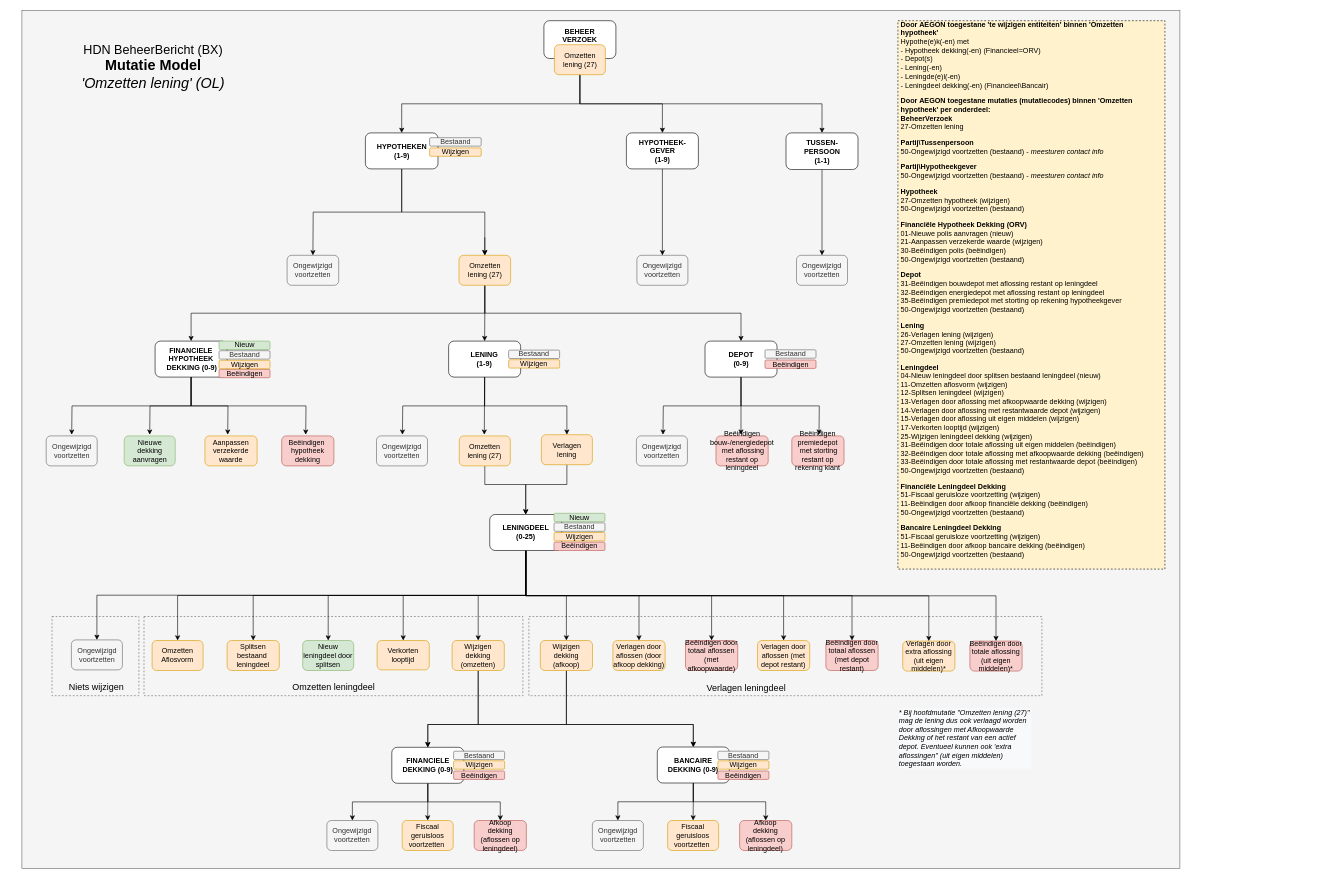
Above: page "MutatieModel OL" (3 of 4) of HDN_BX_MM_OmzettenLening.drawio in luchthandel/diagrams (draw.io), before the change. Source tidied: cells renumbered, new cells numbered last; positions are measured from the earlier drawing's top-left corner, leaving out a move shared by most shapes. Both pictures are drawn from the tidied source at 60%, with x=0, y=0 at pixel (22, 10).
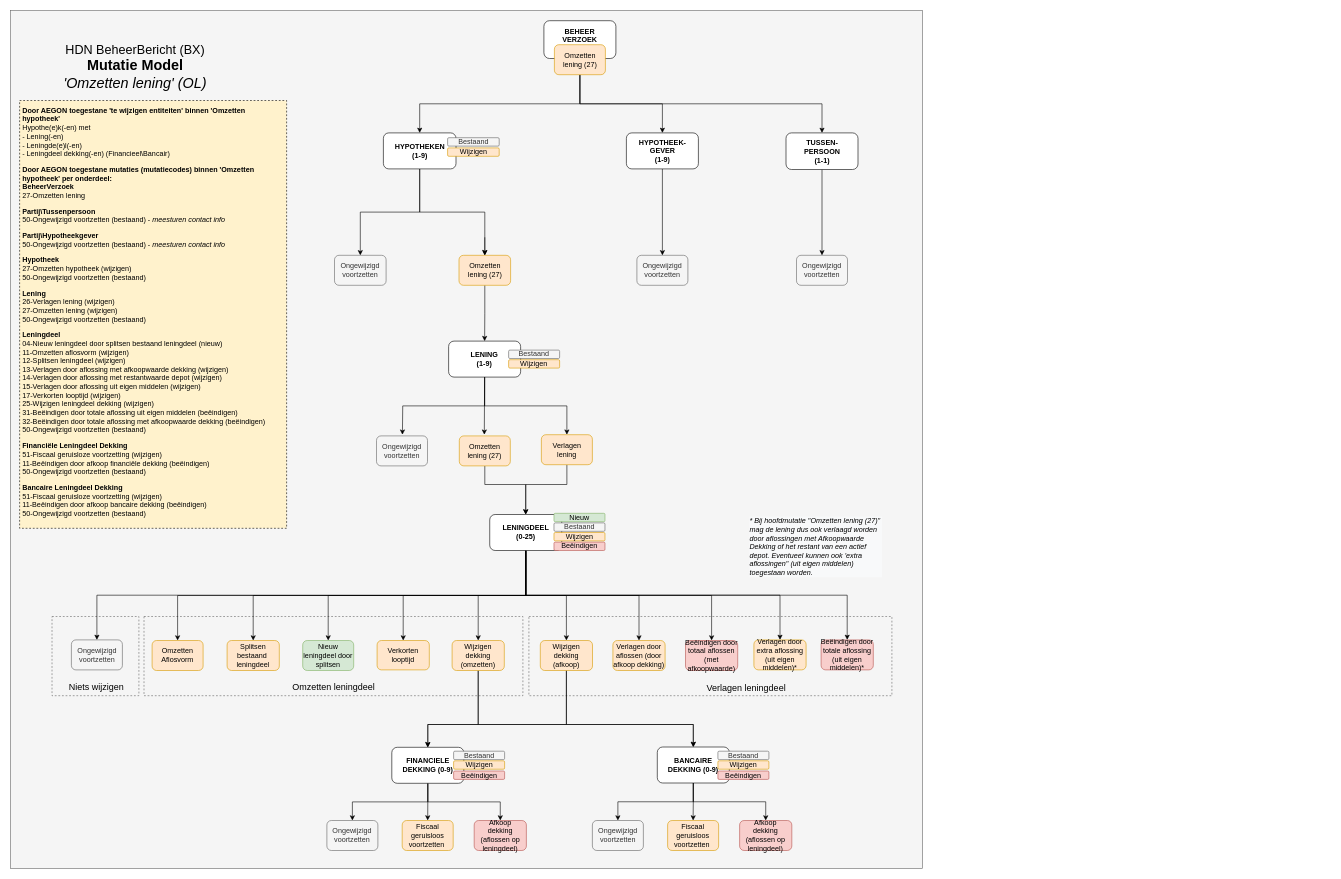
After the change.

Unchanged cells that the change refers to:
```xml
<mxCell id="51" value="LENINGDEEL&lt;br&gt;(0-25)" style="rounded=1;whiteSpace=wrap;html=1;fontStyle=1;" parent="1" vertex="1">
  <mxGeometry x="779.7" y="840" width="120" height="60" as="geometry" />
</mxCell>
<mxCell id="100" value="&lt;span style=&quot;font-weight: 400&quot;&gt;Omzetten lening (27)&lt;/span&gt;" style="rounded=1;whiteSpace=wrap;html=1;fontStyle=1;fillColor=#ffe6cc;strokeColor=#d79b00;" parent="1" vertex="1">
  <mxGeometry x="728.5" y="408" width="86" height="50" as="geometry" />
</mxCell>
```

Diff of the diagram source:
```diff
@@
     <mxCell id="2" style="rounded=0;whiteSpace=wrap;html=1;fillColor=#f5f5f5;strokeColor=#666666;fontColor=#333333;labelBackgroundColor=none;" parent="1" vertex="1">
-      <mxGeometry width="1930" height="1430" as="geometry" />
+      <mxGeometry x="-19" width="1520" height="1430" as="geometry" />
     </mxCell>
+    <mxCell id="118" value="&lt;p style=&quot;font-size: 12px&quot;&gt;&lt;b&gt;Door AEGON toegestane 'te wijzigen entiteiten' binnen 'Omzetten hypotheek'&lt;br&gt;&lt;/b&gt;Hypothe(e)k(-en) met&lt;br&gt;- Lening(-en)&lt;br&gt;- Leningde(e)l(-en)&lt;br&gt;- Leningdeel dekking(-en) (Financieel\Bancair)&lt;/p&gt;&lt;p style=&quot;font-size: 12px&quot;&gt;&lt;b&gt;Door AEGON toegestane mutaties (mutatiecodes) binnen 'Omzetten hypotheek' per onderdeel:&lt;br&gt;&lt;/b&gt;&lt;b&gt;BeheerVerzoek&lt;br&gt;&lt;/b&gt;27-Omzetten lening&lt;/p&gt;&lt;p style=&quot;font-size: 12px&quot;&gt;&lt;b&gt;Partij\Tussenpersoon&lt;br&gt;&lt;/b&gt;50-Ongewijzigd voortzetten (bestaand) - &lt;i&gt;meesturen contact info&lt;/i&gt;&lt;/p&gt;&lt;p style=&quot;font-size: 12px&quot;&gt;&lt;b&gt;Partij\Hypotheekgever&lt;br&gt;&lt;/b&gt;50-Ongewijzigd voortzetten (bestaand) - &lt;i&gt;meesturen contact info&lt;/i&gt;&lt;/p&gt;&lt;p style=&quot;font-size: 12px&quot;&gt;&lt;b&gt;Hypotheek&lt;br&gt;&lt;/b&gt;27-Omzetten hypotheek (wijzigen)&lt;br&gt;50-Ongewijzigd voortzetten (bestaand)&lt;/p&gt;&lt;p style=&quot;font-size: 12px&quot;&gt;&lt;b&gt;Lening&lt;br&gt;&lt;/b&gt;26-Verlagen lening (wijzigen)&lt;br&gt;27-Omzetten lening (wijzigen)&lt;br&gt;50-Ongewijzigd voortzetten (bestaand)&lt;/p&gt;&lt;p style=&quot;font-size: 12px&quot;&gt;&lt;b&gt;Leningdeel&lt;br&gt;&lt;/b&gt;04-Nieuw leningdeel door splitsen bestaand leningdeel (nieuw)&lt;br&gt;11-Omzetten aflosvorm (wijzigen)&lt;br&gt;12-Splitsen leningdeel (wijzigen)&lt;br&gt;13-Verlagen door aflossing met afkoopwaarde dekking (wijzigen)&lt;br&gt;14-Verlagen door aflossing met restantwaarde depot (wijzigen)&lt;br&gt;15-Verlagen door aflossing uit eigen middelen (wijzigen)&lt;br&gt;17-Verkorten looptijd (wijzigen)&lt;br&gt;25-Wijzigen leningdeel dekking (wijzigen)&amp;nbsp;&lt;br&gt;31-Beëindigen door totale aflossing uit eigen middelen (beëindigen)&lt;br&gt;32-Beëindigen door totale aflossing met afkoopwaarde dekking (beëindigen)&lt;br&gt;50-Ongewijzigd voortzetten (bestaand)&lt;/p&gt;&lt;p style=&quot;font-size: 12px&quot;&gt;&lt;b&gt;Financiële Leningdeel Dekking&lt;br&gt;&lt;/b&gt;51-Fiscaal geruisloze voortzetting (wijzigen)&lt;br&gt;11-Beëindigen door afkoop financiële dekking (beëindigen)&lt;br&gt;50-Ongewijzigd voortzetten (bestaand)&lt;/p&gt;&lt;p style=&quot;font-size: 12px&quot;&gt;&lt;b&gt;Bancaire Leningdeel Dekking&lt;br&gt;&lt;/b&gt;51-Fiscaal geruisloze voortzetting (wijzigen)&lt;br&gt;11-Beëindigen door afkoop bancaire dekking (beëindigen)&lt;br&gt;50-Ongewijzigd voortzetten (bestaand)&lt;/p&gt;&lt;p&gt;&lt;/p&gt;" style="text;html=1;fillColor=#fff2cc;spacing=5;spacingTop=-20;whiteSpace=wrap;overflow=hidden;rounded=0;align=left;fontSize=12;verticalAlign=bottom;strokeColor=#000000;dashed=1;" parent="1" vertex="1">
+      <mxGeometry x="-3.8" y="150" width="445" height="713" as="geometry" />
+    </mxCell>
@@
-    <mxCell id="5" style="edgeStyle=orthogonalEdgeStyle;rounded=0;jettySize=auto;html=1;exitX=0.5;exitY=1;exitDx=0;exitDy=0;entryX=0.5;entryY=0;entryDx=0;entryDy=0;fontSize=10;" parent="1" edge="1" source="8">
-      <mxGeometry relative="1" as="geometry">
-        <mxPoint x="1068.5" y="707" as="targetPoint" />
-      </mxGeometry>
-    </mxCell>
-    <mxCell id="6" style="edgeStyle=orthogonalEdgeStyle;rounded=0;jettySize=auto;html=1;exitX=0.5;exitY=1;exitDx=0;exitDy=0;fontSize=10;" parent="1" edge="1" source="8">
-      <mxGeometry relative="1" as="geometry">
-        <mxPoint x="1198.5" y="707" as="targetPoint" />
-      </mxGeometry>
-    </mxCell>
-    <mxCell id="7" style="edgeStyle=orthogonalEdgeStyle;rounded=0;jettySize=auto;html=1;exitX=0.5;exitY=1;exitDx=0;exitDy=0;entryX=0.5;entryY=0;entryDx=0;entryDy=0;fontSize=10;" parent="1" edge="1" source="8">
-      <mxGeometry relative="1" as="geometry">
-        <mxPoint x="1328.5" y="707" as="targetPoint" />
-      </mxGeometry>
-    </mxCell>
-    <mxCell id="8" value="DEPOT&lt;br&gt;(0-9)" style="rounded=1;whiteSpace=wrap;html=1;fontStyle=1;" parent="1" vertex="1">
-      <mxGeometry x="1138.5" y="551" width="120" height="60" as="geometry" />
-    </mxCell>
     <mxCell id="9" style="rounded=0;whiteSpace=wrap;html=1;dashed=1;strokeColor=#666666;fillColor=#f5f5f5;fontSize=10;fontColor=#333333;" parent="1" vertex="1">
-      <mxGeometry x="845" y="1010" width="855" height="132" as="geometry" />
+      <mxGeometry x="845" y="1010" width="605" height="132" as="geometry" />
     </mxCell>
@@
-    <mxCell id="13" style="edgeStyle=orthogonalEdgeStyle;rounded=0;jettySize=auto;html=1;exitX=0.5;exitY=1;exitDx=0;exitDy=0;fontSize=15;labelBackgroundColor=none;entryX=0.5;entryY=0;entryDx=0;entryDy=0;" parent="1" edge="1" source="22">
-      <mxGeometry relative="1" as="geometry">
-        <mxPoint x="83" y="707" as="targetPoint" />
-      </mxGeometry>
-    </mxCell>
@@
-    <mxCell id="17" style="edgeStyle=orthogonalEdgeStyle;rounded=0;jettySize=auto;html=1;exitX=0.5;exitY=1;exitDx=0;exitDy=0;entryX=0.5;entryY=0;entryDx=0;entryDy=0;fontSize=15;labelBackgroundColor=none;" parent="1" edge="1" source="18">
-      <mxGeometry relative="1" as="geometry">
-        <mxPoint x="485" y="408" as="targetPoint" />
-      </mxGeometry>
+    <mxCell id="17" style="edgeStyle=orthogonalEdgeStyle;rounded=0;jettySize=auto;html=1;exitX=0.5;exitY=1;exitDx=0;exitDy=0;entryX=0.5;entryY=0;entryDx=0;entryDy=0;fontSize=15;labelBackgroundColor=none;" parent="1" edge="1" source="18" target="102">
+      <mxGeometry relative="1" as="geometry" />
     </mxCell>
     <mxCell id="18" value="HYPOTHEKEN&lt;br&gt;(1-9)" style="rounded=1;whiteSpace=wrap;html=1;fontStyle=1;" parent="1" vertex="1">
-      <mxGeometry x="572.5" y="204" width="121" height="60" as="geometry" />
+      <mxGeometry x="602.5" y="204" width="121" height="60" as="geometry" />
     </mxCell>
-    <mxCell id="19" style="edgeStyle=orthogonalEdgeStyle;rounded=0;jettySize=auto;html=1;exitX=0.5;exitY=1;exitDx=0;exitDy=0;entryX=0.5;entryY=0;entryDx=0;entryDy=0;fontSize=10;" parent="1" edge="1" source="22">
-      <mxGeometry relative="1" as="geometry">
-        <mxPoint x="473" y="707" as="targetPoint" />
-      </mxGeometry>
-    </mxCell>
-    <mxCell id="20" style="edgeStyle=orthogonalEdgeStyle;rounded=0;jettySize=auto;html=1;exitX=0.5;exitY=1;exitDx=0;exitDy=0;entryX=0.5;entryY=0;entryDx=0;entryDy=0;fontSize=10;" parent="1" edge="1" source="22">
-      <mxGeometry relative="1" as="geometry">
-        <mxPoint x="343" y="707" as="targetPoint" />
-      </mxGeometry>
-    </mxCell>
-    <mxCell id="21" style="edgeStyle=orthogonalEdgeStyle;rounded=0;jettySize=auto;html=1;exitX=0.5;exitY=1;exitDx=0;exitDy=0;entryX=0.5;entryY=0;entryDx=0;entryDy=0;fontSize=10;" parent="1" edge="1" source="22">
-      <mxGeometry relative="1" as="geometry">
-        <mxPoint x="213" y="707" as="targetPoint" />
-      </mxGeometry>
-    </mxCell>
-    <mxCell id="22" value="FINANCIELE&lt;br&gt;HYPOTHEEK&lt;br&gt;&amp;nbsp;DEKKING (0-9)" style="rounded=1;whiteSpace=wrap;html=1;fontStyle=1;" parent="1" vertex="1">
-      <mxGeometry x="222" y="551" width="120" height="60" as="geometry" />
-    </mxCell>
-    <mxCell id="23" value="&lt;span style=&quot;font-weight: 400&quot;&gt;Beëindigen&lt;/span&gt;" style="rounded=1;whiteSpace=wrap;html=1;fontStyle=1;fillColor=#f8cecc;strokeColor=#b85450;" parent="1" vertex="1">
-      <mxGeometry x="328.5" y="598" width="85" height="14" as="geometry" />
-    </mxCell>
-    <mxCell id="24" value="&lt;span style=&quot;font-weight: 400&quot;&gt;Nieuw&lt;/span&gt;" style="rounded=1;whiteSpace=wrap;html=1;fontStyle=1;fillColor=#d5e8d4;strokeColor=#82b366;" parent="1" vertex="1">
-      <mxGeometry x="328.5" y="551" width="85" height="14" as="geometry" />
-    </mxCell>
-    <mxCell id="25" value="&lt;span style=&quot;font-weight: 400&quot;&gt;Bestaand&lt;/span&gt;" style="rounded=1;whiteSpace=wrap;html=1;fontStyle=1;fillColor=#f5f5f5;strokeColor=#666666;fontColor=#333333;" parent="1" vertex="1">
-      <mxGeometry x="328.5" y="567" width="85" height="14" as="geometry" />
-    </mxCell>
-    <mxCell id="26" value="&lt;span style=&quot;font-weight: 400&quot;&gt;Wijzigen&lt;/span&gt;" style="rounded=1;whiteSpace=wrap;html=1;fontStyle=1;fillColor=#ffe6cc;strokeColor=#d79b00;" parent="1" vertex="1">
-      <mxGeometry x="328.5" y="583" width="85" height="14" as="geometry" />
-    </mxCell>
@@
-    <mxCell id="33" value="&lt;span style=&quot;font-weight: 400&quot;&gt;Beëindigen&lt;/span&gt;" style="rounded=1;whiteSpace=wrap;html=1;fontStyle=1;fillColor=#f8cecc;strokeColor=#b85450;" parent="1" vertex="1">
-      <mxGeometry x="1238.5" y="582.5" width="85" height="14" as="geometry" />
-    </mxCell>
-    <mxCell id="34" value="&lt;span style=&quot;font-weight: 400&quot;&gt;Bestaand&lt;/span&gt;" style="rounded=1;whiteSpace=wrap;html=1;fontStyle=1;fillColor=#f5f5f5;strokeColor=#666666;fontColor=#333333;" parent="1" vertex="1">
-      <mxGeometry x="1238.5" y="565.5" width="85" height="14" as="geometry" />
-    </mxCell>
     <mxCell id="35" value="&lt;span style=&quot;font-weight: 400&quot;&gt;Bestaand&lt;/span&gt;" style="rounded=1;whiteSpace=wrap;html=1;fontStyle=1;fillColor=#f5f5f5;strokeColor=#666666;fontColor=#333333;" parent="1" vertex="1">
-      <mxGeometry x="679.5" y="212" width="86" height="14" as="geometry" />
+      <mxGeometry x="709.5" y="212" width="86" height="14" as="geometry" />
     </mxCell>
     <mxCell id="36" value="&lt;span style=&quot;font-weight: 400&quot;&gt;Wijzigen&lt;/span&gt;" style="rounded=1;whiteSpace=wrap;html=1;fontStyle=1;fillColor=#ffe6cc;strokeColor=#d79b00;" parent="1" vertex="1">
-      <mxGeometry x="679.5" y="229" width="86" height="14" as="geometry" />
+      <mxGeometry x="709.5" y="229" width="86" height="14" as="geometry" />
     </mxCell>
@@
-    <mxCell id="47" style="edgeStyle=orthogonalEdgeStyle;rounded=0;jettySize=auto;html=1;exitX=0.5;exitY=1;exitDx=0;exitDy=0;entryX=0.5;entryY=0;entryDx=0;entryDy=0;" parent="1" edge="1" source="51" target="88">
-      <mxGeometry relative="1" as="geometry" />
-    </mxCell>
-    <mxCell id="48" style="edgeStyle=orthogonalEdgeStyle;rounded=0;jettySize=auto;html=1;exitX=0.5;exitY=1;exitDx=0;exitDy=0;entryX=0.5;entryY=0;entryDx=0;entryDy=0;" parent="1" edge="1" source="51" target="117">
-      <mxGeometry relative="1" as="geometry" />
-    </mxCell>
@@
-    <mxCell id="88" value="&lt;span style=&quot;font-weight: 400&quot;&gt;Verlagen door aflossen (met depot restant)&lt;/span&gt;" style="rounded=1;whiteSpace=wrap;html=1;fontStyle=1;fillColor=#ffe6cc;strokeColor=#d79b00;" parent="1" vertex="1">
-      <mxGeometry x="1226" y="1050" width="87" height="50" as="geometry" />
-    </mxCell>
@@
-    <mxCell id="90" value="&lt;span style=&quot;font-weight: 400&quot;&gt;Nieuwe dekking aanvragen&lt;/span&gt;" style="rounded=1;whiteSpace=wrap;html=1;fontStyle=1;fillColor=#d5e8d4;strokeColor=#82b366;" parent="1" vertex="1">
-      <mxGeometry x="170.5" y="709" width="85" height="50" as="geometry" />
-    </mxCell>
-    <mxCell id="91" value="&lt;span style=&quot;font-weight: 400&quot;&gt;Ongewijzigd&lt;br&gt;voortzetten&lt;/span&gt;" style="rounded=1;whiteSpace=wrap;html=1;fontStyle=1;fillColor=#f5f5f5;strokeColor=#666666;fontColor=#333333;" parent="1" vertex="1">
-      <mxGeometry x="40.5" y="709" width="85" height="50" as="geometry" />
-    </mxCell>
-    <mxCell id="92" value="&lt;span style=&quot;font-weight: 400&quot;&gt;Aanpassen verzekerde waarde&lt;/span&gt;" style="rounded=1;whiteSpace=wrap;html=1;fontStyle=1;fillColor=#ffe6cc;strokeColor=#d79b00;" parent="1" vertex="1">
-      <mxGeometry x="305" y="709" width="87" height="50" as="geometry" />
-    </mxCell>
-    <mxCell id="93" value="&lt;span style=&quot;font-weight: 400&quot;&gt;Beëindigen&lt;/span&gt;&lt;span style=&quot;font-weight: 400&quot;&gt;&amp;nbsp;&lt;br&gt;hypotheek dekking&lt;/span&gt;" style="rounded=1;whiteSpace=wrap;html=1;fontStyle=1;fillColor=#f8cecc;strokeColor=#b85450;" parent="1" vertex="1">
-      <mxGeometry x="433" y="709" width="87" height="50" as="geometry" />
-    </mxCell>
-    <mxCell id="94" value="&lt;span style=&quot;font-weight: 400&quot;&gt;Ongewijzigd&lt;br&gt;voortzetten&lt;/span&gt;" style="rounded=1;whiteSpace=wrap;html=1;fontStyle=1;fillColor=#f5f5f5;strokeColor=#666666;fontColor=#333333;" parent="1" vertex="1">
-      <mxGeometry x="1024.2" y="709" width="85" height="50" as="geometry" />
-    </mxCell>
-    <mxCell id="95" value="&lt;span style=&quot;font-weight: 400&quot;&gt;Beëindigen bouw-/energiedepot&lt;br&gt;&lt;/span&gt;&lt;span style=&quot;font-weight: 400&quot;&gt;&amp;nbsp;met aflossing restant op leningdeel&lt;br&gt;&lt;/span&gt;" style="rounded=1;whiteSpace=wrap;html=1;fontStyle=1;fillColor=#f8cecc;strokeColor=#b85450;" parent="1" vertex="1">
-      <mxGeometry x="1156.8" y="709" width="87" height="50" as="geometry" />
-    </mxCell>
-    <mxCell id="96" value="&lt;span style=&quot;font-weight: 400&quot;&gt;Beëindigen premiedepot&lt;br&gt;&lt;/span&gt;&lt;span style=&quot;font-weight: 400&quot;&gt;&amp;nbsp;met storting restant op rekening klant&lt;br&gt;&lt;/span&gt;" style="rounded=1;whiteSpace=wrap;html=1;fontStyle=1;fillColor=#f8cecc;strokeColor=#b85450;" parent="1" vertex="1">
-      <mxGeometry x="1283.2" y="709" width="87" height="50" as="geometry" />
-    </mxCell>
     <mxCell id="97" value="&lt;h1&gt;&lt;br&gt;&lt;/h1&gt;" style="text;html=1;strokeColor=none;fillColor=none;spacing=5;spacingTop=-20;whiteSpace=wrap;overflow=hidden;rounded=0;" parent="1" vertex="1">
-      <mxGeometry x="1910" y="288" width="190" height="120" as="geometry" />
+      <mxGeometry x="1991" y="341" width="190" height="120" as="geometry" />
     </mxCell>
-    <mxCell id="98" style="edgeStyle=orthogonalEdgeStyle;rounded=0;jettySize=auto;html=1;exitX=0.5;exitY=1;exitDx=0;exitDy=0;entryX=0.5;entryY=0;entryDx=0;entryDy=0;" parent="1" edge="1" source="100" target="22">
-      <mxGeometry relative="1" as="geometry" />
-    </mxCell>
-    <mxCell id="99" style="edgeStyle=orthogonalEdgeStyle;rounded=0;jettySize=auto;html=1;exitX=0.5;exitY=1;exitDx=0;exitDy=0;" parent="1" edge="1" source="100" target="8">
-      <mxGeometry relative="1" as="geometry" />
-    </mxCell>
@@
     <mxCell id="102" value="&lt;span style=&quot;font-weight: 400&quot;&gt;Ongewijzigd&lt;br&gt;voortzetten&lt;/span&gt;" style="rounded=1;whiteSpace=wrap;html=1;fontStyle=1;fillColor=#f5f5f5;strokeColor=#666666;fontColor=#333333;" parent="1" vertex="1">
-      <mxGeometry x="442" y="408" width="86" height="50" as="geometry" />
+      <mxGeometry x="521" y="408" width="86" height="50" as="geometry" />
     </mxCell>
@@
     <mxCell id="114" value="&lt;p style=&quot;color: rgb(0, 0, 0); font-family: helvetica; font-size: 12px; letter-spacing: normal; text-align: left; text-indent: 0px; text-transform: none; word-spacing: 0px; background-color: rgb(248, 249, 250);&quot;&gt;&lt;span&gt;* Bij hoofdmutatie &quot;Omzetten lening (27)&quot; mag de lening dus ook verlaagd worden door aflossingen met Afkoopwaarde Dekking of het restant van een actief depot. Eventueel kunnen ook 'extra aflossingen&quot; (uit eigen middelen) toegestaan worden.&lt;/span&gt;&lt;/p&gt;" style="text;whiteSpace=wrap;html=1;fontStyle=2;" parent="1" vertex="1">
-      <mxGeometry x="1460" y="1144" width="223" height="100" as="geometry" />
+      <mxGeometry x="1211" y="825" width="223" height="100" as="geometry" />
     </mxCell>
     <mxCell id="115" value="&lt;span style=&quot;font-weight: 400&quot;&gt;Verlagen door extra aflossing (uit eigen middelen)*&lt;/span&gt;" style="rounded=1;whiteSpace=wrap;html=1;fontStyle=1;fillColor=#ffe6cc;strokeColor=#d79b00;" parent="1" vertex="1">
-      <mxGeometry x="1468" y="1051" width="87" height="50" as="geometry" />
+      <mxGeometry x="1220" y="1049" width="87" height="50" as="geometry" />
     </mxCell>
     <mxCell id="116" value="&lt;span style=&quot;font-weight: 400&quot;&gt;Beëindigen&lt;/span&gt;&lt;span style=&quot;font-weight: 400&quot;&gt;&amp;nbsp;door totale aflossing (uit eigen middelen)*&lt;/span&gt;" style="rounded=1;whiteSpace=wrap;html=1;fontStyle=1;fillColor=#f8cecc;strokeColor=#b85450;" parent="1" vertex="1">
-      <mxGeometry x="1580" y="1051" width="87" height="50" as="geometry" />
+      <mxGeometry x="1332" y="1049" width="87" height="50" as="geometry" />
     </mxCell>
-    <mxCell id="117" value="&lt;span style=&quot;font-weight: 400&quot;&gt;Beëindigen&lt;/span&gt;&lt;span style=&quot;font-weight: 400&quot;&gt;&amp;nbsp;door totaal aflossen (met depot restant)&lt;/span&gt;" style="rounded=1;whiteSpace=wrap;html=1;fontStyle=1;fillColor=#f8cecc;strokeColor=#b85450;" parent="1" vertex="1">
-      <mxGeometry x="1340" y="1050" width="87" height="50" as="geometry" />
-    </mxCell>
-    <mxCell id="118" value="&lt;p style=&quot;font-size: 12px&quot;&gt;&lt;b&gt;Door AEGON toegestane 'te wijzigen entiteiten' binnen 'Omzetten hypotheek'&lt;br&gt;&lt;/b&gt;Hypothe(e)k(-en) met&lt;br&gt;- Hypotheek dekking(-en) (Financieel=ORV)&lt;br&gt;- Depot(s)&lt;br&gt;- Lening(-en)&lt;br&gt;- Leningde(e)l(-en)&lt;br&gt;- Leningdeel dekking(-en) (Financieel\Bancair)&lt;/p&gt;&lt;p style=&quot;font-size: 12px&quot;&gt;&lt;b&gt;Door AEGON toegestane mutaties (mutatiecodes) binnen 'Omzetten hypotheek' per onderdeel:&lt;br&gt;&lt;/b&gt;&lt;b&gt;BeheerVerzoek&lt;br&gt;&lt;/b&gt;27-Omzetten lening&lt;/p&gt;&lt;p style=&quot;font-size: 12px&quot;&gt;&lt;b&gt;Partij\Tussenpersoon&lt;br&gt;&lt;/b&gt;50-Ongewijzigd voortzetten (bestaand) - &lt;i&gt;meesturen contact info&lt;/i&gt;&lt;/p&gt;&lt;p style=&quot;font-size: 12px&quot;&gt;&lt;b&gt;Partij\Hypotheekgever&lt;br&gt;&lt;/b&gt;50-Ongewijzigd voortzetten (bestaand) - &lt;i&gt;meesturen contact info&lt;/i&gt;&lt;/p&gt;&lt;p style=&quot;font-size: 12px&quot;&gt;&lt;b&gt;Hypotheek&lt;br&gt;&lt;/b&gt;27-Omzetten hypotheek (wijzigen)&lt;br&gt;50-Ongewijzigd voortzetten (bestaand)&lt;/p&gt;&lt;p style=&quot;font-size: 12px&quot;&gt;&lt;b&gt;Financiële&amp;nbsp;Hypotheek Dekking (ORV)&lt;br&gt;&lt;/b&gt;01-Nieuwe polis aanvragen (nieuw)&lt;br&gt;21-Aanpassen verzekerde waarde (wijzigen)&lt;br&gt;30-Beëindigen polis (beëindigen)&lt;br&gt;50-Ongewijzigd voortzetten (bestaand)&lt;/p&gt;&lt;p style=&quot;font-size: 12px&quot;&gt;&lt;b&gt;Depot&lt;br&gt;&lt;/b&gt;31-Beëindigen bouwdepot met aflossing restant op leningdeel&lt;br&gt;32-Beëindigen&amp;nbsp;energiedepot met aflossing restant op leningdeel&lt;br&gt;35-Beëindigen premiedepot met storting op rekening hypotheekgever&lt;br&gt;50-Ongewijzigd voortzetten (bestaand)&lt;/p&gt;&lt;p style=&quot;font-size: 12px&quot;&gt;&lt;b&gt;Lening&lt;br&gt;&lt;/b&gt;26-Verlagen lening (wijzigen)&lt;br&gt;27-Omzetten lening (wijzigen)&lt;br&gt;50-Ongewijzigd voortzetten (bestaand)&lt;/p&gt;&lt;p style=&quot;font-size: 12px&quot;&gt;&lt;b&gt;Leningdeel&lt;br&gt;&lt;/b&gt;04-Nieuw leningdeel door splitsen bestaand leningdeel (nieuw)&lt;br&gt;11-Omzetten aflosvorm (wijzigen)&lt;br&gt;12-Splitsen leningdeel (wijzigen)&lt;br&gt;13-Verlagen door aflossing met afkoopwaarde dekking (wijzigen)&lt;br&gt;14-Verlagen door aflossing met restantwaarde depot (wijzigen)&lt;br&gt;15-Verlagen door aflossing uit eigen middelen (wijzigen)&lt;br&gt;17-Verkorten looptijd (wijzigen)&lt;br&gt;25-Wijzigen leningdeel dekking (wijzigen)&amp;nbsp;&lt;br&gt;31-Beëindigen door totale aflossing uit eigen middelen (beëindigen)&lt;br&gt;32-Beëindigen door totale aflossing met afkoopwaarde dekking (beëindigen)&lt;br&gt;33-Beëindigen door totale aflossing met restantwaarde depot&amp;nbsp;(beëindigen)&lt;br&gt;50-Ongewijzigd voortzetten (bestaand)&lt;/p&gt;&lt;p style=&quot;font-size: 12px&quot;&gt;&lt;b&gt;Financiële Leningdeel Dekking&lt;br&gt;&lt;/b&gt;51-Fiscaal geruisloze voortzetting (wijzigen)&lt;br&gt;11-Beëindigen door afkoop financiële dekking (beëindigen)&lt;br&gt;50-Ongewijzigd voortzetten (bestaand)&lt;/p&gt;&lt;p style=&quot;font-size: 12px&quot;&gt;&lt;b&gt;Bancaire Leningdeel Dekking&lt;br&gt;&lt;/b&gt;51-Fiscaal geruisloze voortzetting (wijzigen)&lt;br&gt;11-Beëindigen door afkoop bancaire dekking (beëindigen)&lt;br&gt;50-Ongewijzigd voortzetten (bestaand)&lt;/p&gt;&lt;p&gt;&lt;/p&gt;" style="text;html=1;fillColor=#fff2cc;spacing=5;spacingTop=-20;whiteSpace=wrap;overflow=hidden;rounded=0;align=left;fontSize=12;verticalAlign=bottom;strokeColor=#000000;dashed=1;" parent="1" vertex="1">
-      <mxGeometry x="1460" y="17" width="445" height="914" as="geometry" />
-    </mxCell>
     <mxCell id="119" value="&lt;font style=&quot;font-size: 21px&quot;&gt;HDN BeheerBericht (BX)&lt;br&gt;&lt;/font&gt;&lt;span style=&quot;font-size: 24px&quot;&gt;&lt;b&gt;Mutatie Model&lt;/b&gt;&lt;br&gt;&lt;i&gt;'Omzetten lening' (OL)&lt;/i&gt;&lt;/span&gt;" style="text;html=1;strokeColor=none;fillColor=none;align=center;verticalAlign=middle;whiteSpace=wrap;rounded=0;" parent="1" vertex="1">
-      <mxGeometry x="40.5" y="57" width="356.4" height="74.5" as="geometry" />
+      <mxGeometry x="11" y="57" width="356.4" height="74.5" as="geometry" />
     </mxCell>
```
